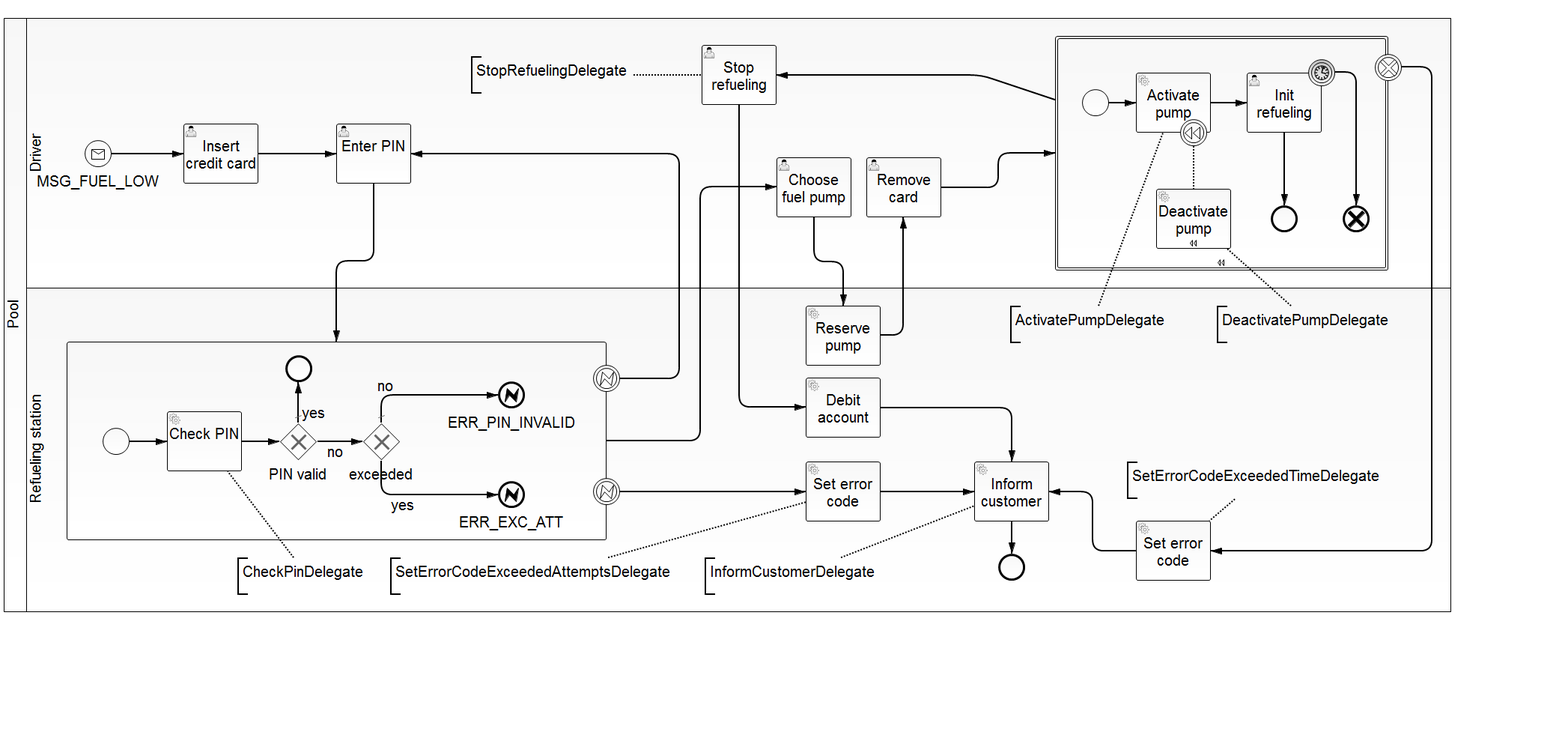
Before: bpmn-server/src/main/resources/RefuelNoCollaboration.png, a diagram exported from BPMN (gheddie/bpmn_watcher_all_new). Its source is kept beside it as bpmn-server/src/main/resources/RefuelNoCollaboration.bpmn. Ids are renumbered.
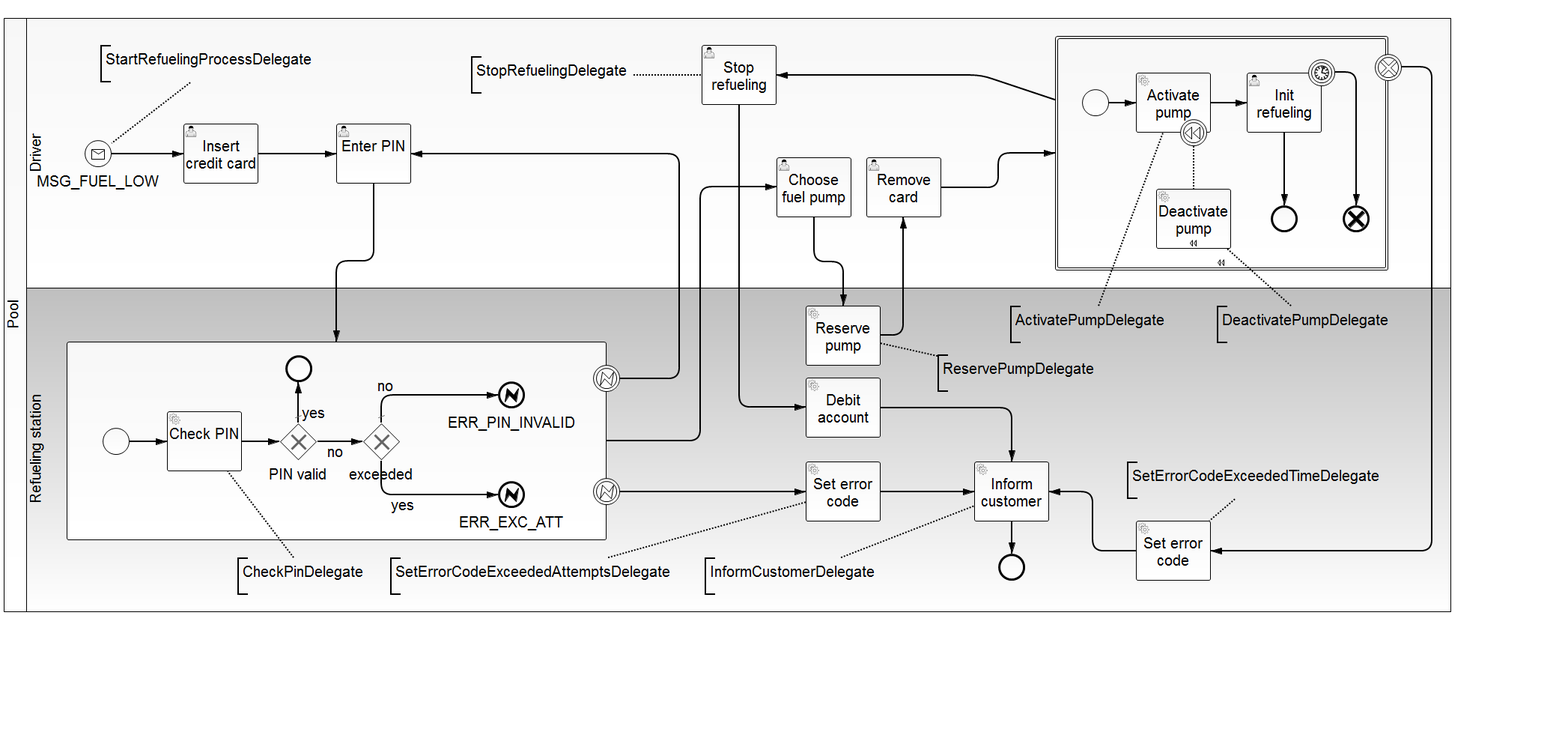
The same diagram one commit later.

Change to the diagram source:
```diff
@@ -80,6 +80,9 @@
     </bpmn2:boundaryEvent>
     <bpmn2:sequenceFlow id="SequenceFlow_22" name="" sourceRef="BoundaryEvent_2" targetRef="ServiceTask_7"/>
     <bpmn2:startEvent id="StartEvent_1" name="MSG_FUEL_LOW">
+      <bpmn2:extensionElements>
+        <camunda:executionListener class="de.gravitex.bpmn.server.delegate.refnocollab.StartRefuelingProcessDelegate" event="start"/>
+      </bpmn2:extensionElements>
       <bpmn2:outgoing>SequenceFlow_1</bpmn2:outgoing>
       <bpmn2:messageEventDefinition id="_MessageEventDefinition_13" messageRef="Message_1"/>
     </bpmn2:startEvent>
@@ -214,6 +217,14 @@
       <bpmn2:text>StopRefuelingDelegate</bpmn2:text>
     </bpmn2:textAnnotation>
     <bpmn2:association id="Association_8" sourceRef="TextAnnotation_7" targetRef="UserTask_5"/>
+    <bpmn2:textAnnotation id="TextAnnotation_8">
+      <bpmn2:text>StartRefuelingProcessDelegate</bpmn2:text>
+    </bpmn2:textAnnotation>
+    <bpmn2:association id="Association_9" sourceRef="TextAnnotation_8" targetRef="StartEvent_1"/>
+    <bpmn2:textAnnotation id="TextAnnotation_9">
+      <bpmn2:text>ReservePumpDelegate</bpmn2:text>
+    </bpmn2:textAnnotation>
+    <bpmn2:association id="Association_10" sourceRef="TextAnnotation_9" targetRef="ServiceTask_3"/>
   </bpmn2:process>
   <bpmn2:message id="Message_1" name="MSG_FUEL_LOW"/>
   <bpmn2:error id="Error_1" errorCode="ERR_PIN_INVALID"/>
@@ -629,6 +640,20 @@
           <dc:Bounds height="6.0" width="6.0" x="1803.0" y="129.0"/>
         </bpmndi:BPMNLabel>
       </bpmndi:BPMNEdge>
+      <bpmndi:BPMNShape id="_BPMNShape_TextAnnotation_15" bpmnElement="TextAnnotation_8">
+        <dc:Bounds height="50.0" width="304.0" x="129.0" y="60.0"/>
+      </bpmndi:BPMNShape>
+      <bpmndi:BPMNEdge id="BPMNEdge_Association_9" bpmnElement="Association_9" sourceElement="_BPMNShape_TextAnnotation_15" targetElement="_BPMNShape_StartEvent_9">
+        <di:waypoint xsi:type="dc:Point" x="249.0" y="110.0"/>
+        <di:waypoint xsi:type="dc:Point" x="144.0" y="191.0"/>
+      </bpmndi:BPMNEdge>
+      <bpmndi:BPMNShape id="_BPMNShape_TextAnnotation_16" bpmnElement="TextAnnotation_9">
+        <dc:Bounds height="50.0" width="230.0" x="1247.0" y="473.0"/>
+      </bpmndi:BPMNShape>
+      <bpmndi:BPMNEdge id="BPMNEdge_Association_10" bpmnElement="Association_10" sourceElement="_BPMNShape_TextAnnotation_16" targetElement="_BPMNShape_ServiceTask_13">
+        <di:waypoint xsi:type="dc:Point" x="1247.0" y="474.0"/>
+        <di:waypoint xsi:type="dc:Point" x="1171.0" y="458.0"/>
+      </bpmndi:BPMNEdge>
     </bpmndi:BPMNPlane>
   </bpmndi:BPMNDiagram>
 </bpmn2:definitions>
```
